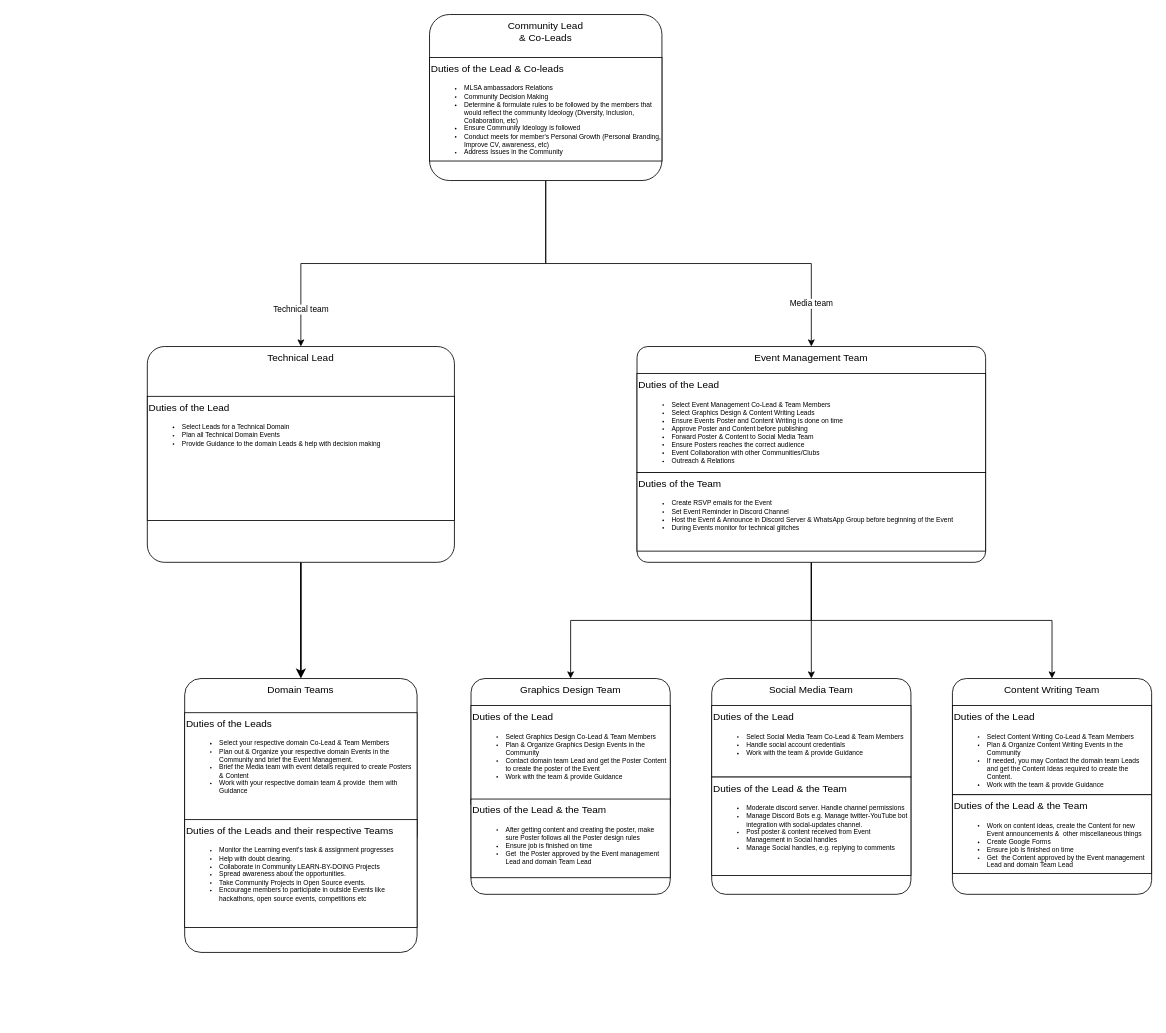
This is draw-io-diagrams/community-team-structure(roles-and-their-duties).drawio from MLSA-Sanins/miscellaneous-stuff, a draw.io file, before an edit. Source tidied: cells renumbered, new cells numbered last; positions are measured from the earlier drawing's top-left corner, leaving out a move shared by most shapes. Both pictures are drawn from the tidied source at 83%, with x=0, y=0 at pixel (147, 14).
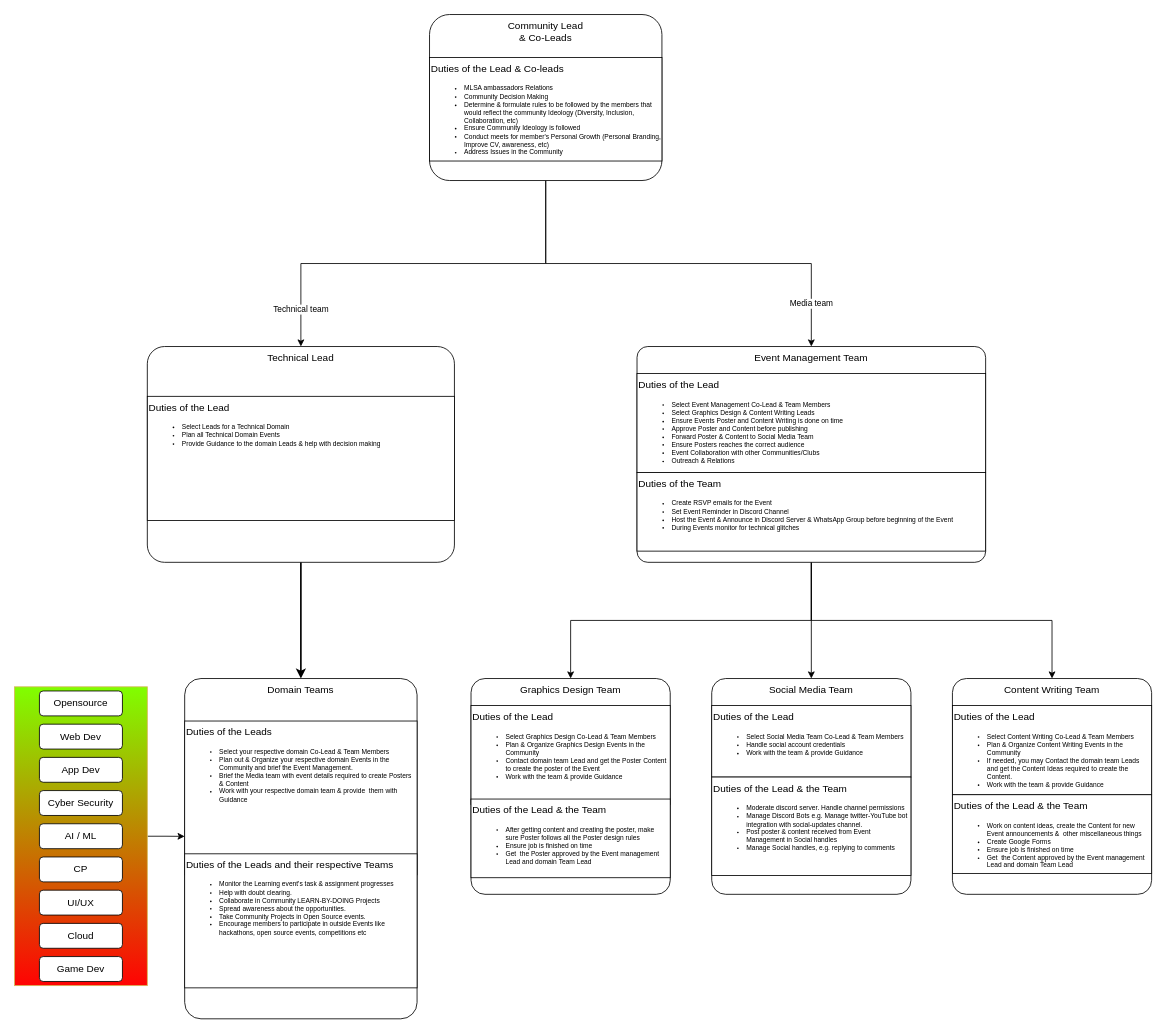
Above is the later version.

Commit message:
specify domains

Diff of the diagram source:
```diff
@@
+    <mxCell id="27" style="edgeStyle=orthogonalEdgeStyle;rounded=0;jettySize=auto;html=1;entryX=0;entryY=0.75;entryDx=0;entryDy=0;" parent="1" edge="1" source="28" target="25">
+      <mxGeometry relative="1" as="geometry" />
+    </mxCell>
+    <mxCell id="28" style="rounded=0;whiteSpace=wrap;html=1;strokeColor=#d6b656;fillColor=#80FF00;gradientColor=#FF0303;" parent="1" vertex="1">
+      <mxGeometry x="-160" y="810" width="160" height="360" as="geometry" />
+    </mxCell>
@@
     <mxCell id="24" value="Domain Teams" style="rounded=1;whiteSpace=wrap;html=1;arcSize=7;verticalAlign=top;" parent="1" vertex="1">
-      <mxGeometry x="45" y="800" width="280" height="330" as="geometry" />
+      <mxGeometry x="45" y="800" width="280" height="410" as="geometry" />
     </mxCell>
     <mxCell id="25" value="Duties of the Leads&lt;br&gt;&lt;ul&gt;&lt;li style=&quot;font-size: 8px&quot;&gt;Select your respective domain Co-Lead &amp;amp; Team Members&lt;/li&gt;&lt;li style=&quot;font-size: 8px&quot;&gt;Plan out &amp;amp; Organize your respective domain Events in the Community and brief the Event Management.&amp;nbsp;&lt;/li&gt;&lt;li style=&quot;font-size: 8px&quot;&gt;&lt;span&gt;Brief the Media team with event details required to create Posters &amp;amp; Content&lt;/span&gt;&lt;/li&gt;&lt;li style=&quot;font-size: 8px&quot;&gt;&lt;span&gt;Work with your respective domain&amp;nbsp;team &amp;amp; provide&amp;nbsp; them with Guidance&lt;/span&gt;&lt;br&gt;&lt;/li&gt;&lt;/ul&gt;" style="rounded=0;whiteSpace=wrap;html=1;verticalAlign=top;align=left;" parent="24" vertex="1">
-      <mxGeometry y="41.2" width="280" height="149.1" as="geometry" />
+      <mxGeometry y="51.2" width="280" height="185.3" as="geometry" />
     </mxCell>
     <mxCell id="26" value="Duties of the Leads and their respective Teams&lt;br&gt;&lt;div&gt;&lt;ul&gt;&lt;li style=&quot;font-size: 8px&quot;&gt;&lt;span&gt;Monitor the Learning event's task &amp;amp; assignment progresses&lt;/span&gt;&lt;br&gt;&lt;/li&gt;&lt;li style=&quot;font-size: 8px&quot;&gt;Help with doubt clearing.&lt;/li&gt;&lt;li style=&quot;font-size: 8px&quot;&gt;&lt;span&gt;Collaborate in Community LEARN-BY-DOING Projects&lt;/span&gt;&lt;br&gt;&lt;/li&gt;&lt;li style=&quot;font-size: 8px&quot;&gt;&lt;span&gt;Spread awareness about the opportunities.&lt;/span&gt;&lt;/li&gt;&lt;li style=&quot;font-size: 8px&quot;&gt;Take Community Projects in Open Source events.&lt;/li&gt;&lt;li style=&quot;font-size: 8px&quot;&gt;Encourage members to participate in outside Events like hackathons, open source events, competitions etc&lt;/li&gt;&lt;/ul&gt;&lt;/div&gt;" style="rounded=0;whiteSpace=wrap;html=1;verticalAlign=top;align=left;horizontal=1;" parent="24" vertex="1">
-      <mxGeometry y="170" width="280" height="130" as="geometry" />
+      <mxGeometry y="211.2" width="280" height="161.5" as="geometry" />
     </mxCell>
+    <mxCell id="29" value="Opensource" style="rounded=1;whiteSpace=wrap;html=1;" parent="1" vertex="1">
+      <mxGeometry x="-130" y="815" width="100" height="30" as="geometry" />
+    </mxCell>
+    <mxCell id="30" value="App Dev" style="rounded=1;whiteSpace=wrap;html=1;" parent="1" vertex="1">
+      <mxGeometry x="-130" y="895" width="100" height="30" as="geometry" />
+    </mxCell>
+    <mxCell id="31" value="Web Dev" style="rounded=1;whiteSpace=wrap;html=1;" parent="1" vertex="1">
+      <mxGeometry x="-130" y="855" width="100" height="30" as="geometry" />
+    </mxCell>
+    <mxCell id="32" value="AI / ML" style="rounded=1;whiteSpace=wrap;html=1;" parent="1" vertex="1">
+      <mxGeometry x="-130" y="975" width="100" height="30" as="geometry" />
+    </mxCell>
+    <mxCell id="33" value="Cyber Security" style="rounded=1;whiteSpace=wrap;html=1;" parent="1" vertex="1">
+      <mxGeometry x="-130" y="935" width="100" height="30" as="geometry" />
+    </mxCell>
+    <mxCell id="34" value="UI/UX" style="rounded=1;whiteSpace=wrap;html=1;" parent="1" vertex="1">
+      <mxGeometry x="-130" y="1055" width="100" height="30" as="geometry" />
+    </mxCell>
+    <mxCell id="35" value="CP" style="rounded=1;whiteSpace=wrap;html=1;" parent="1" vertex="1">
+      <mxGeometry x="-130" y="1015" width="100" height="30" as="geometry" />
+    </mxCell>
+    <mxCell id="36" value="Game Dev" style="rounded=1;whiteSpace=wrap;html=1;" parent="1" vertex="1">
+      <mxGeometry x="-130" y="1135" width="100" height="30" as="geometry" />
+    </mxCell>
+    <mxCell id="37" value="Cloud" style="rounded=1;whiteSpace=wrap;html=1;" parent="1" vertex="1">
+      <mxGeometry x="-130" y="1095" width="100" height="30" as="geometry" />
+    </mxCell>
```
